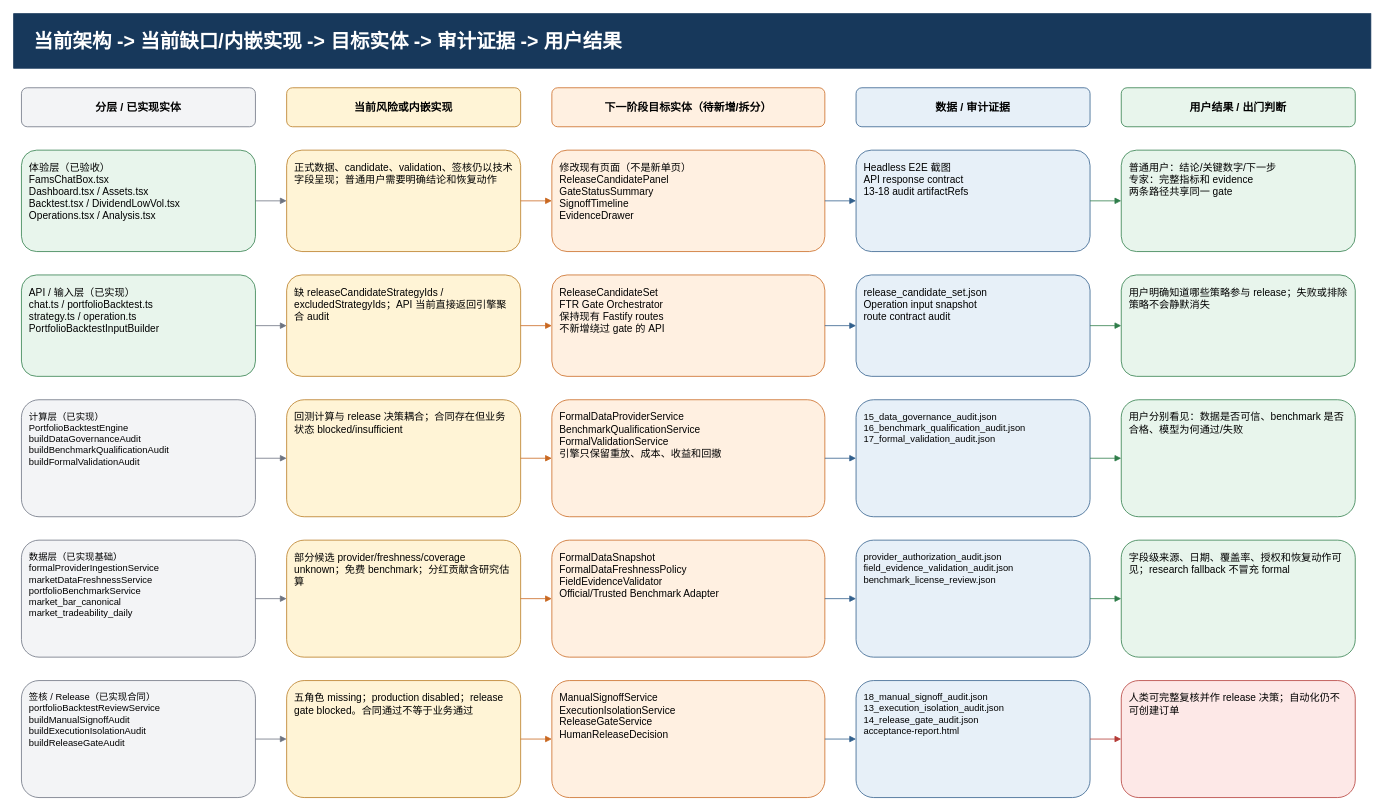
Before: page "2 当前架构与目标架构差异" (2 of 8) of docs/target-architecture-gap.drawio in ljx418/FAMS, a draw.io diagram. Source tidied: cells renumbered, new cells numbered last; positions are measured from the earlier drawing's top-left corner, leaving out a move shared by most shapes. Both pictures are drawn from the tidied source at 78%, with x=0, y=0 at pixel (13, 13).
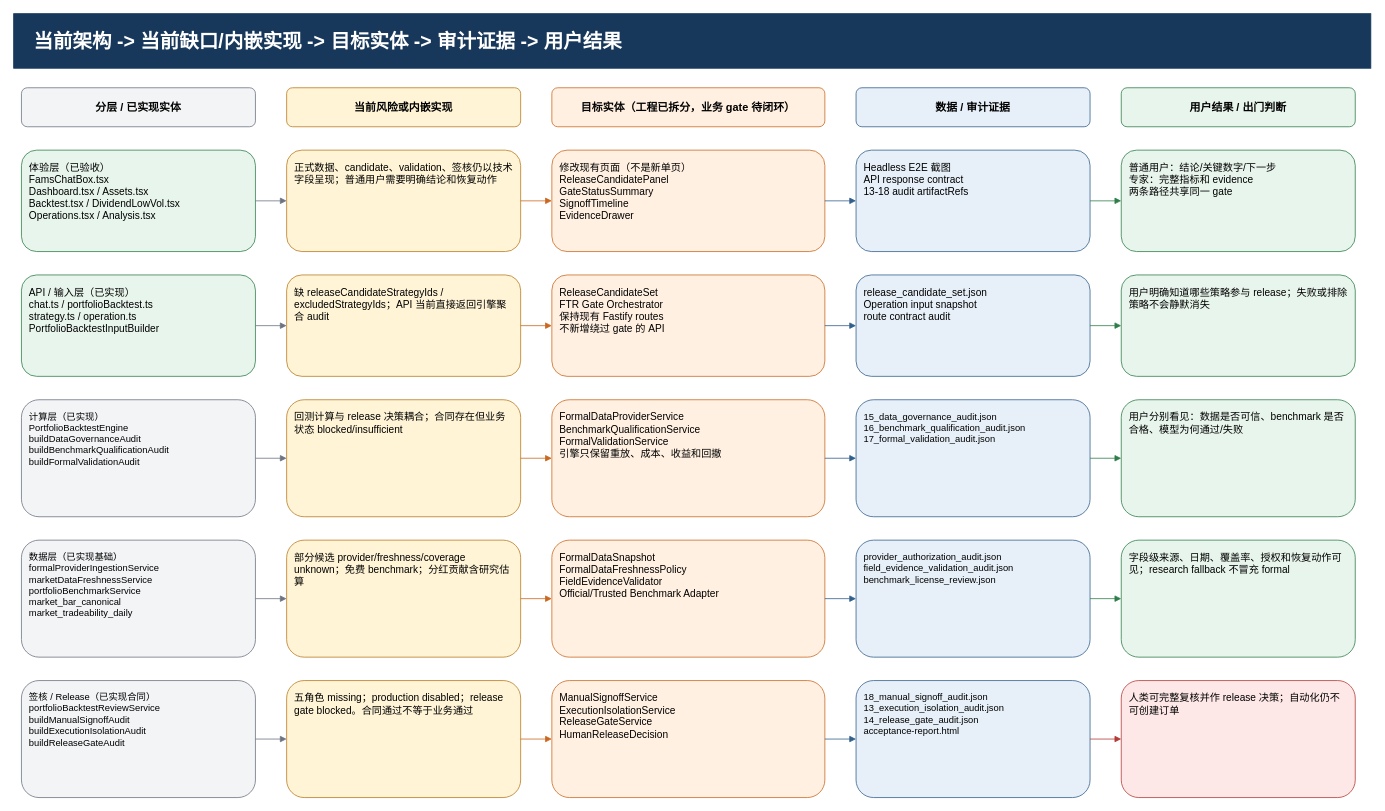
The same diagram, later.

What changed in the source:
```diff
@@
-    <mxCell id="5" value="下一阶段目标实体（待新增/拆分）" style="rounded=1;whiteSpace=wrap;html=1;fontFamily=Microsoft YaHei;fontSize=14;fontStyle=1;fillColor=#fff0e1;strokeColor=#c96820;" parent="1" vertex="1">
+    <mxCell id="5" value="目标实体（工程已拆分，业务 gate 待闭环）" style="rounded=1;whiteSpace=wrap;html=1;fontFamily=Microsoft YaHei;fontSize=14;fontStyle=1;fillColor=#fff0e1;strokeColor=#c96820;" parent="1" vertex="1">
       <mxGeometry x="690" y="95" width="350" height="50" as="geometry" />
     </mxCell>
```
